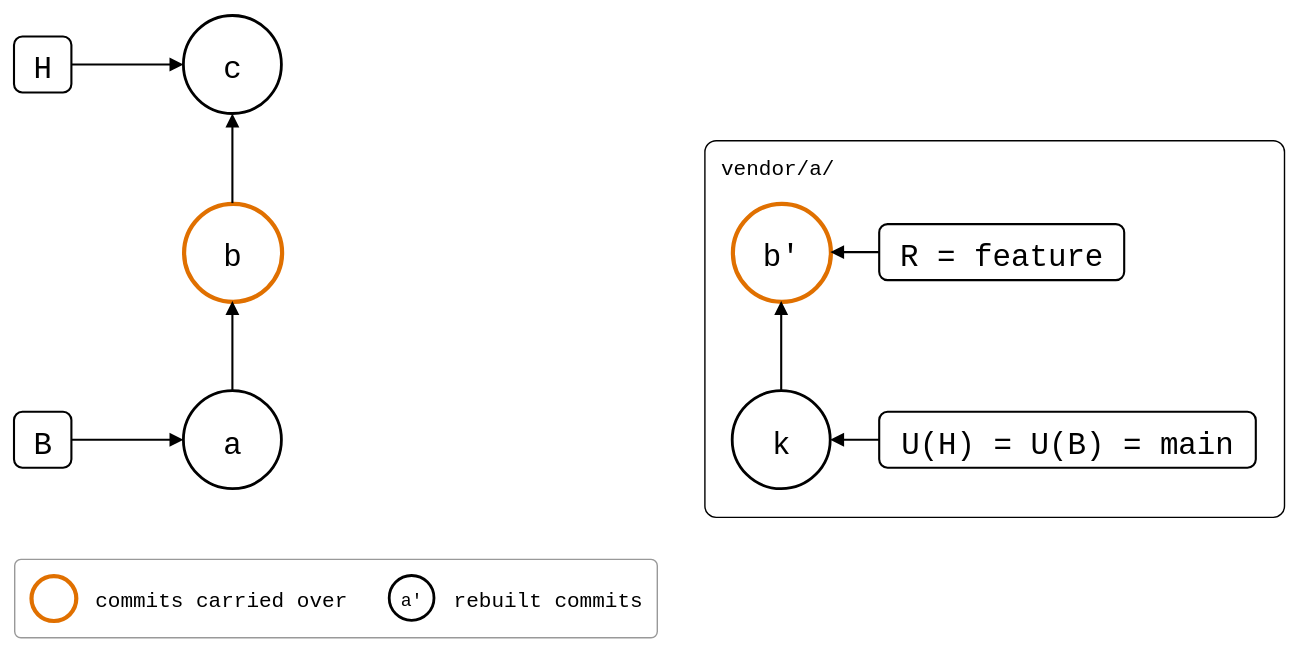
Earlier version of the draw.io export docs/09-scenarios/03-branches-and-teamwork/01-feature-branch-unchanged/01-feature-branch-changed/01-stacked-branch/stacked-branch.drawio.svg (roschaefer/git-splice). Source tidied: cells renumbered, new cells last; positions are measured from the earlier drawing's top-left corner, leaving out a move shared by most shapes.
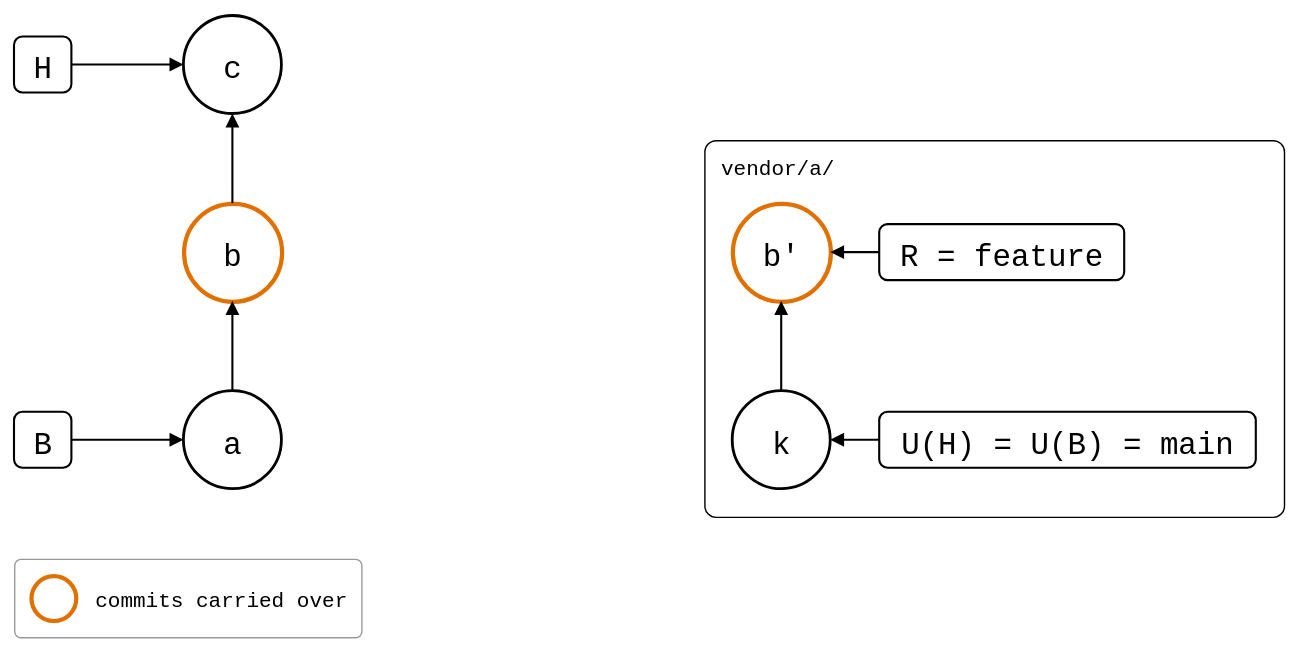
Above is the later version.

The edit, as a diff of the source:
```diff
@@ -54,7 +54,7 @@
       <mxGeometry relative="1" as="geometry" />
     </mxCell>
     <mxCell id="19" style="rounded=1;arcSize=8;fillColor=none;strokeColor=#999999;strokeWidth=1;legend=1;" parent="1" vertex="1">
-      <mxGeometry y="388" width="459" height="56" as="geometry" />
+      <mxGeometry y="388" width="248" height="56" as="geometry" />
     </mxCell>
     <mxCell id="20" style="ellipse;fontSize=13;fontFamily=Roboto Mono,monospace;strokeColor=#E07000;strokeWidth=3;" parent="19" vertex="1">
       <mxGeometry x="12" y="12" width="32" height="32" as="geometry" />
@@ -62,11 +62,5 @@
     <mxCell id="21" value="commits carried over" style="text;align=left;verticalAlign=middle;fontSize=15;fontFamily=Roboto Mono,monospace;" parent="19" vertex="1">
       <mxGeometry x="56" y="12" width="180" height="32" as="geometry" />
     </mxCell>
-    <mxCell id="22" value="a'" style="ellipse;fontSize=13;fontFamily=Roboto Mono,monospace;strokeWidth=2;" parent="19" vertex="1">
-      <mxGeometry x="268" y="12" width="32" height="32" as="geometry" />
-    </mxCell>
-    <mxCell id="23" value="rebuilt commits" style="text;align=left;verticalAlign=middle;fontSize=15;fontFamily=Roboto Mono,monospace;" parent="19" vertex="1">
-      <mxGeometry x="312" y="12" width="135" height="32" as="geometry" />
-    </mxCell>
   </root>
 </mxGraphModel>
```
